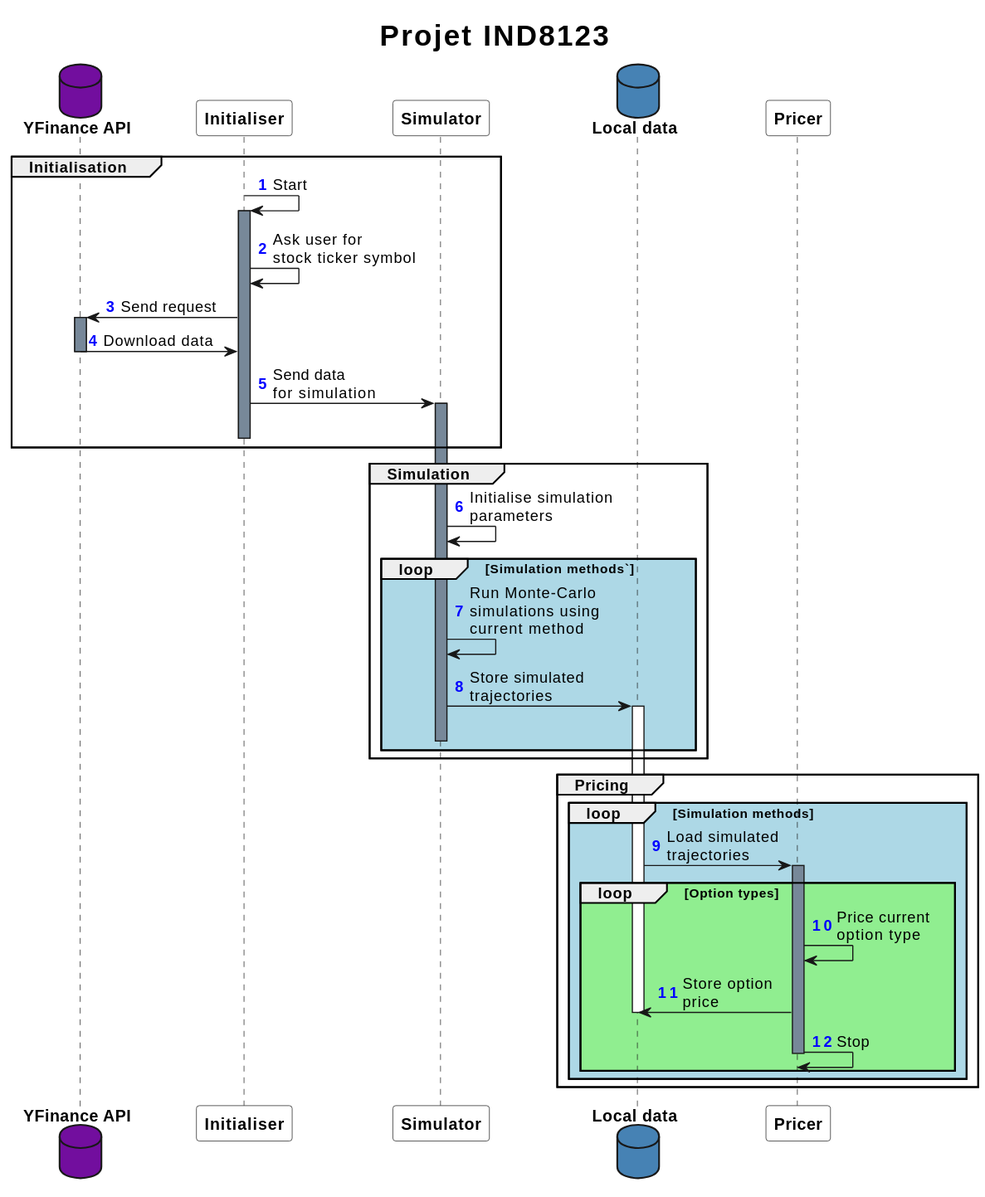
Before: docs/sequence.svg, a diagram exported from PlantUML (romainmrad/Exotic_options_pricing).
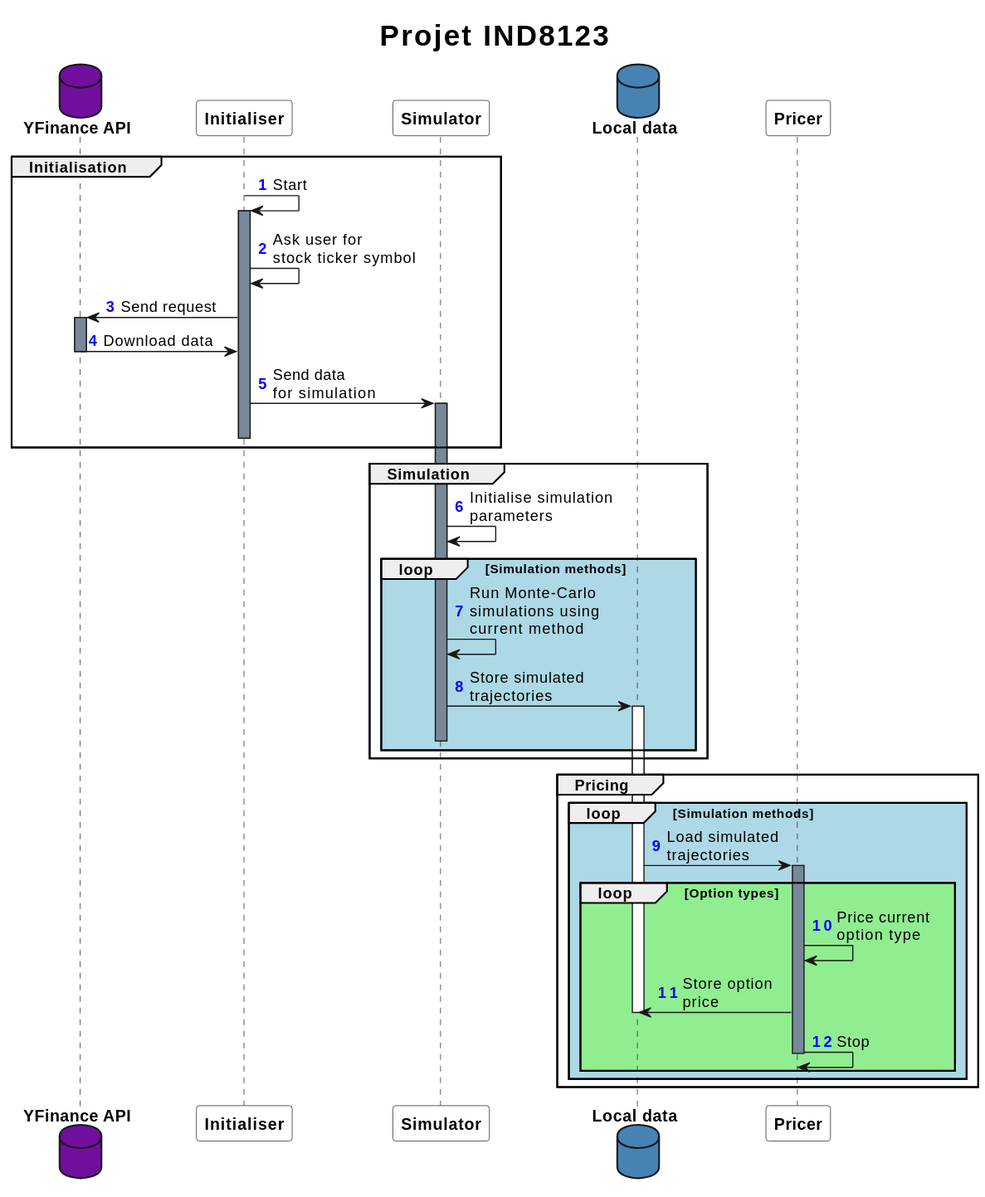
Later version of the same file.

What changed in the source:
```diff
@@ -32,7 +32,7 @@
 
 group Simulation
 Simulator->Simulator: Initialise simulation\nparameters
-loop #LightBlue Simulation methods`
+loop #LightBlue Simulation methods
 Simulator->Simulator: Run Monte-Carlo\nsimulations using\ncurrent method
 Simulator->"Local data": Store simulated\ntrajectories
 activate "Local data"
```
